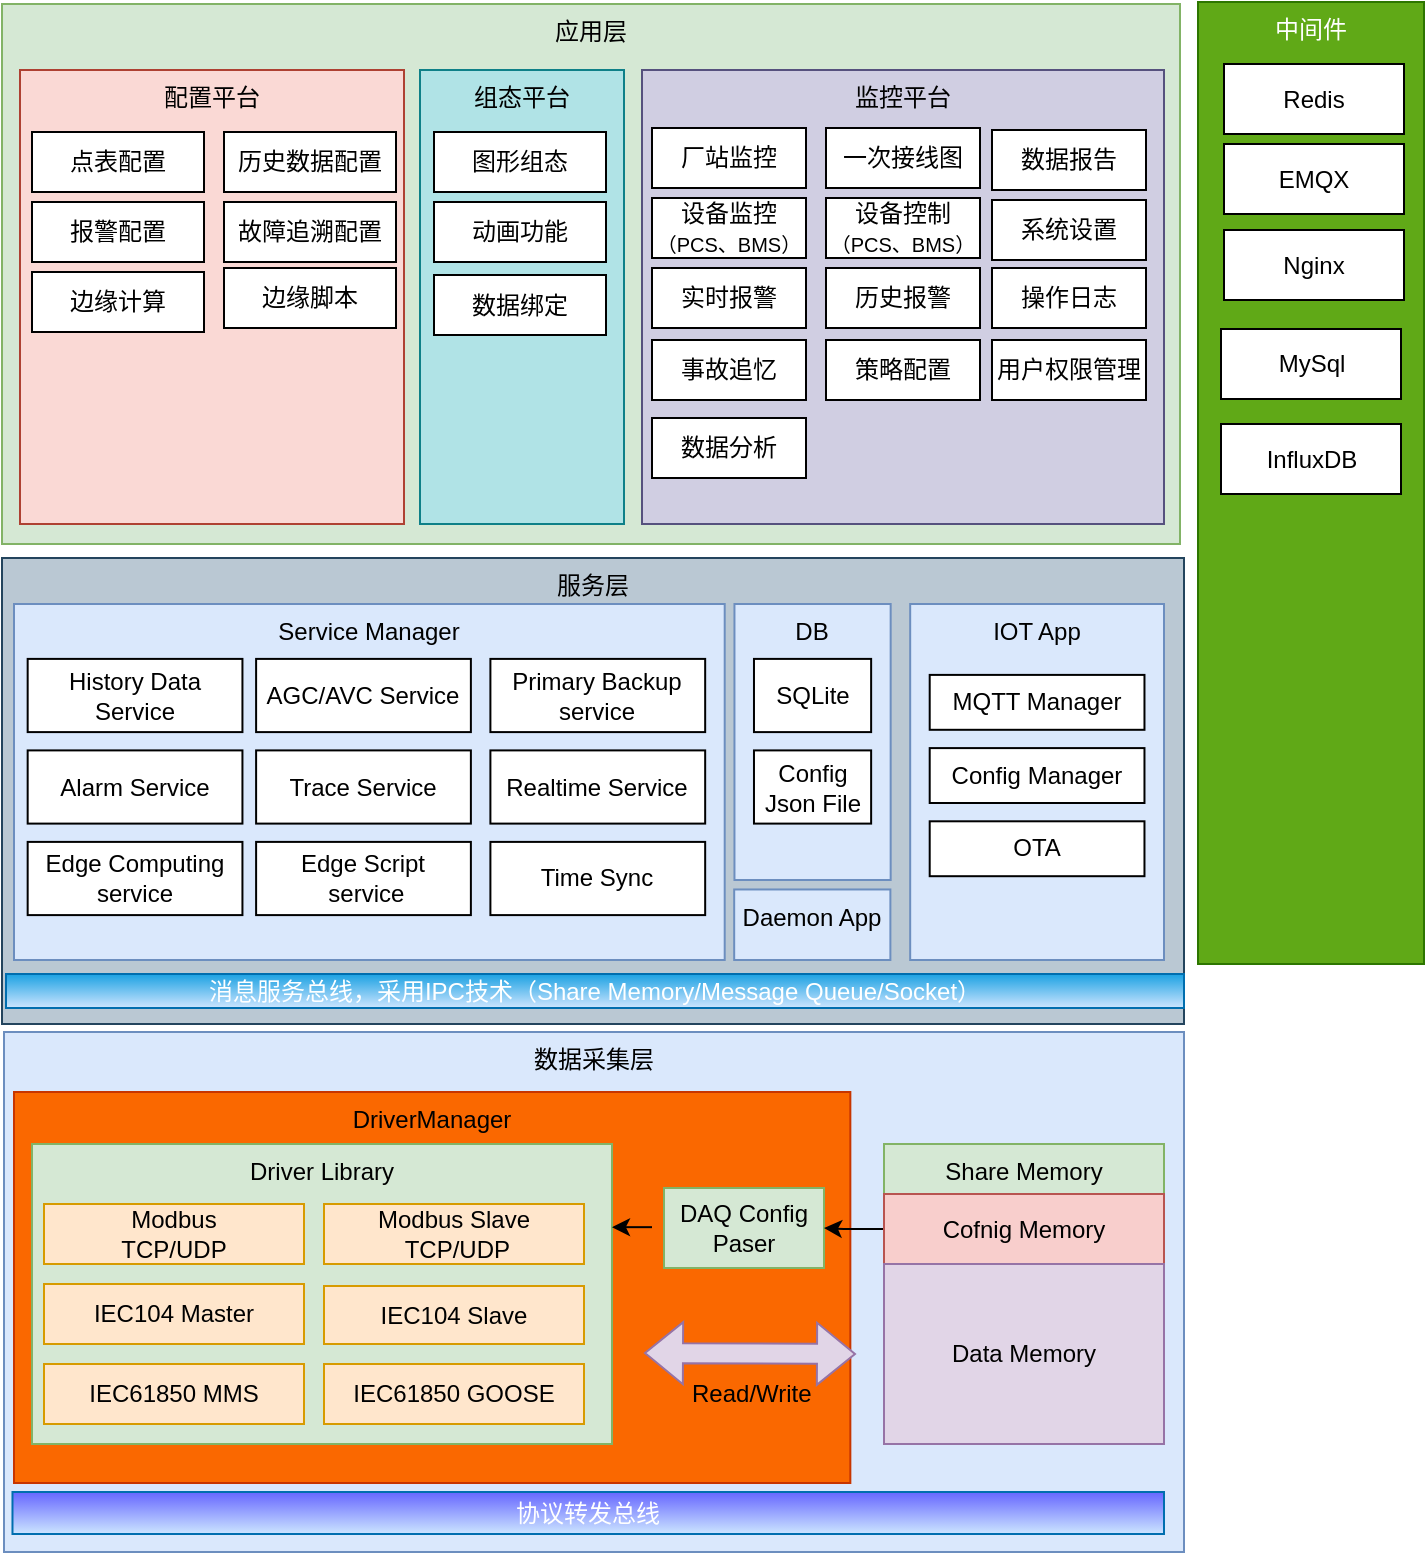
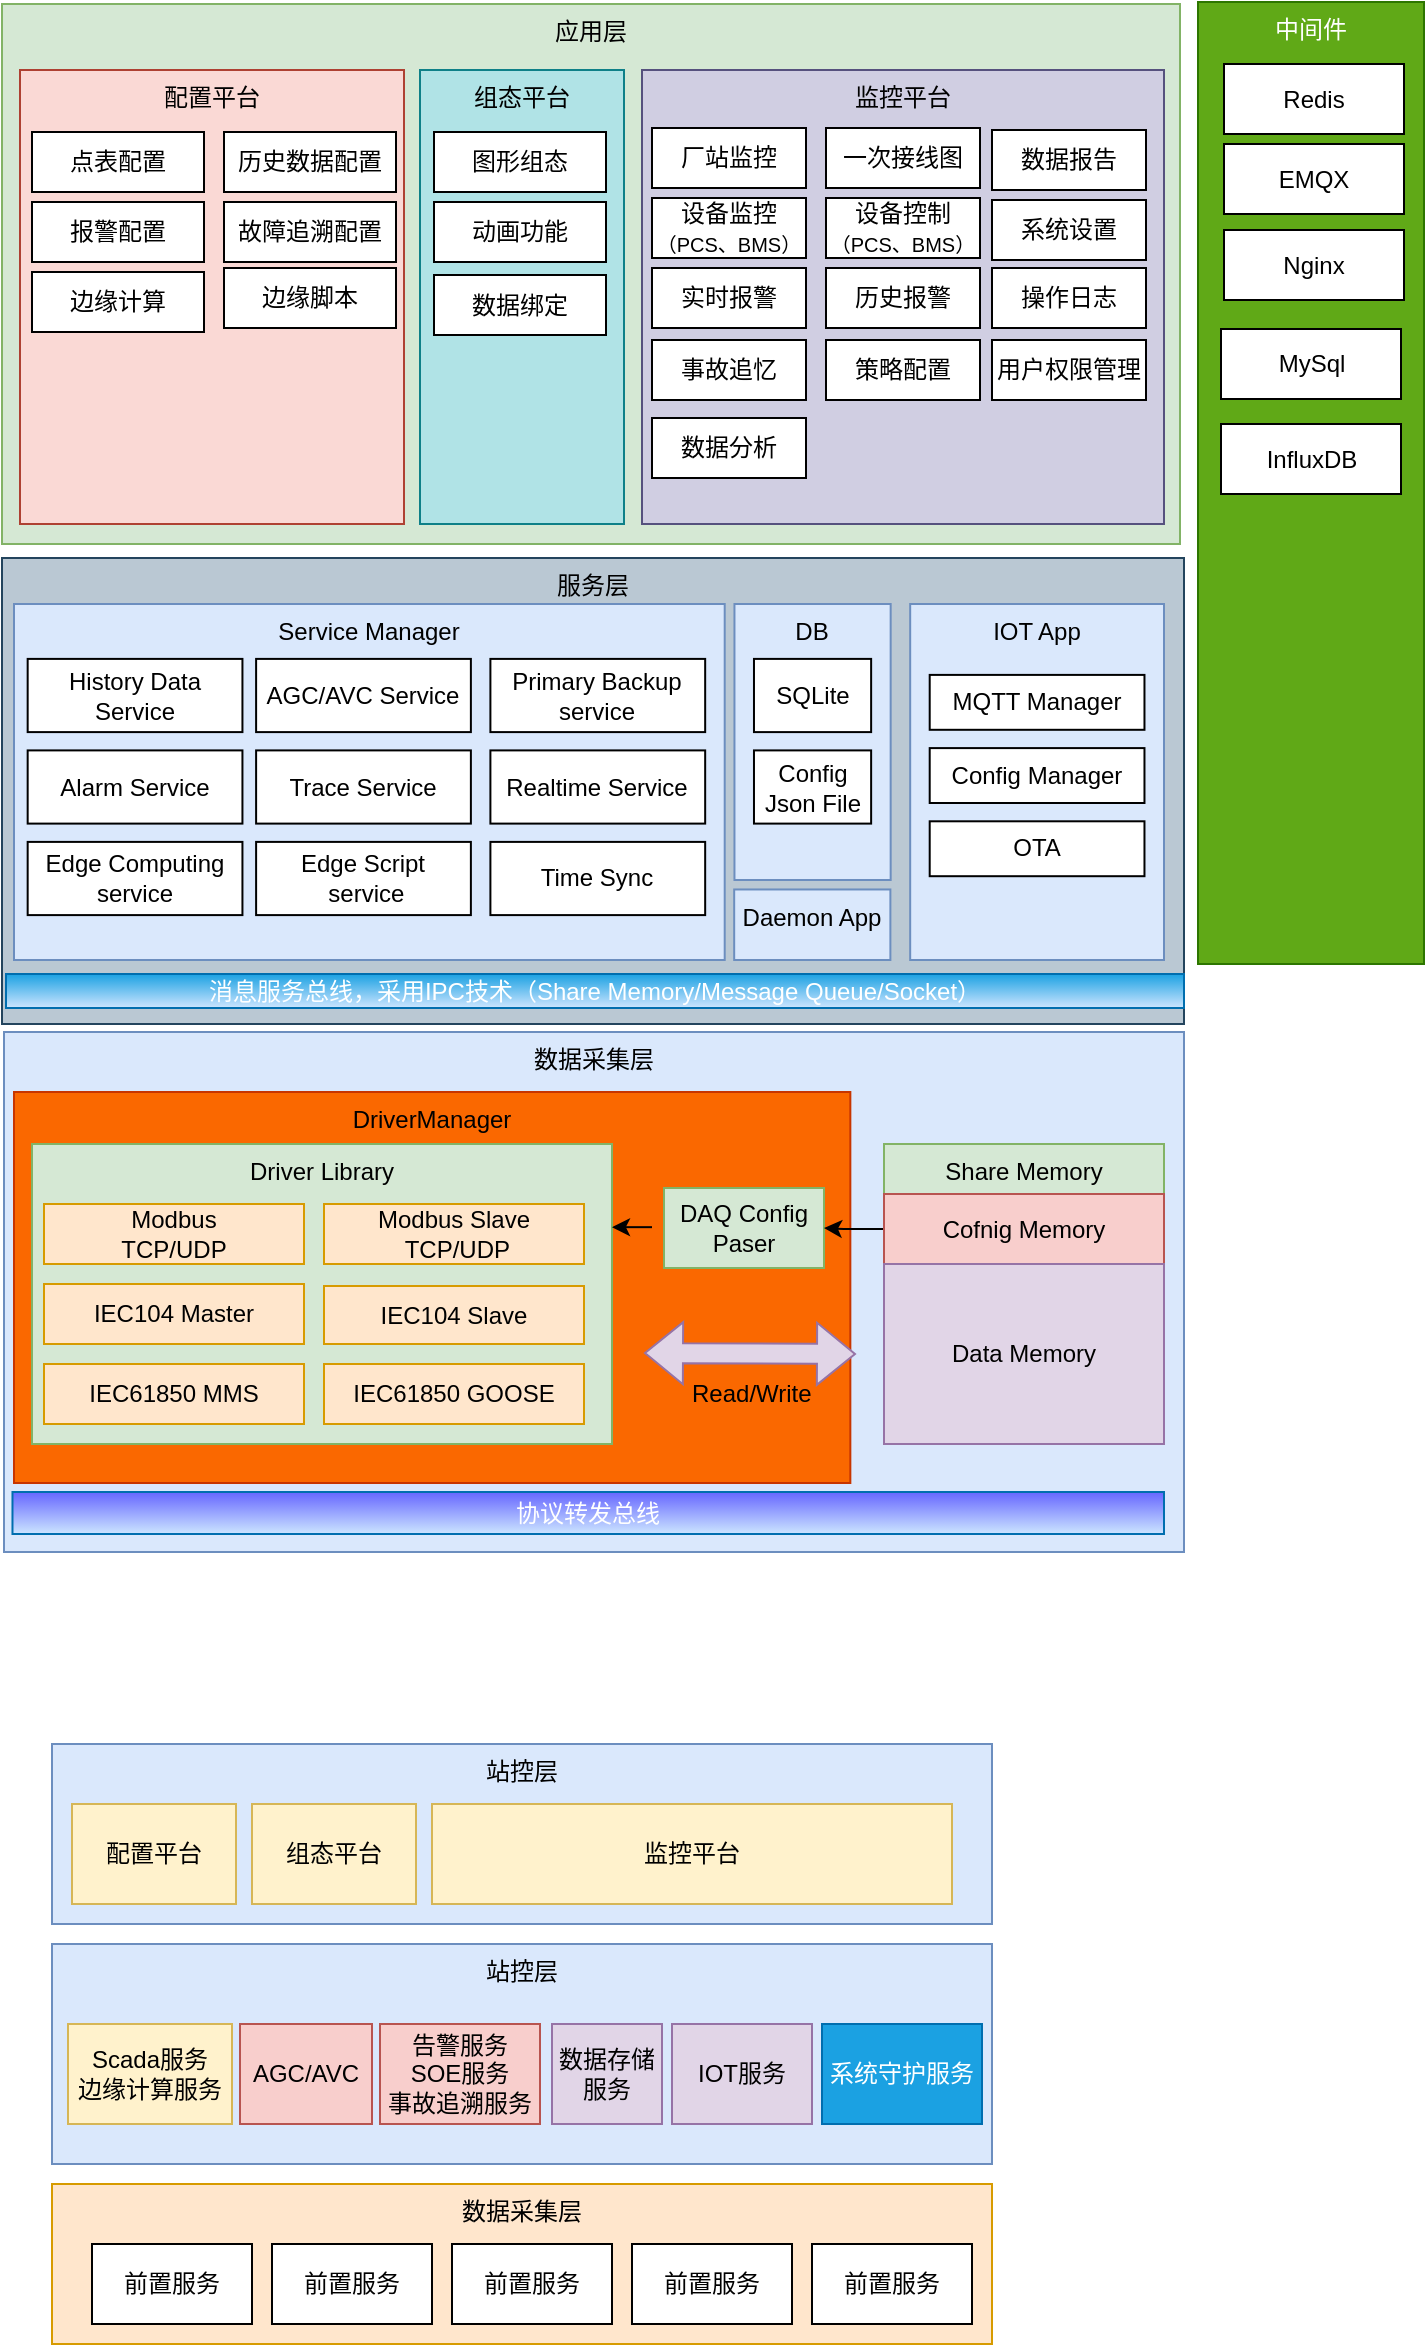
<mxfile host="app.diagrams.net">
  <diagram name="第 1 页" id="cmYdW-KwAcN8iq6mTffT">
    <mxGraphModel dx="1488" dy="1997" grid="1" gridSize="10" guides="1" tooltips="1" connect="1" arrows="1" fold="1" page="1" pageScale="1" pageWidth="827" pageHeight="1169" background="none" math="0" shadow="0">
      <root>
        <mxCell id="0" />
        <mxCell id="1" parent="0" />
        <mxCell id="tWvuuD-49sGy5XE3C95i-89" parent="1" style="rounded=0;whiteSpace=wrap;html=1;verticalAlign=top;fillColor=#bac8d3;strokeColor=#23445d;" value="服务层" vertex="1">
          <mxGeometry height="233" width="591" x="109" y="137" as="geometry" />
        </mxCell>
        <mxCell id="tWvuuD-49sGy5XE3C95i-70" parent="1" style="rounded=0;whiteSpace=wrap;html=1;fillColor=#1ba1e2;strokeColor=#006EAF;fontColor=#ffffff;fillStyle=solid;gradientColor=#CCE5FF;" value="消息服务总线，采用IPC技术（Share Memory/Message Queue/Socket）" vertex="1">
          <mxGeometry height="17" width="589" x="111" y="345" as="geometry" />
        </mxCell>
        <mxCell id="tWvuuD-49sGy5XE3C95i-1" parent="1" style="rounded=0;whiteSpace=wrap;html=1;labelPosition=center;verticalLabelPosition=middle;align=center;verticalAlign=top;fillColor=#dae8fc;strokeColor=#6c8ebf;" value="数据采集层" vertex="1">
          <mxGeometry height="260" width="590" x="110" y="374" as="geometry" />
        </mxCell>
        <mxCell id="fvacmNMgwCuQSH0wYwom-62" parent="1" style="rounded=0;whiteSpace=wrap;html=1;fillColor=#fa6800;fontColor=#000000;strokeColor=#C73500;verticalAlign=top;" value="DriverManager" vertex="1">
          <mxGeometry height="195.5" width="418.17" x="115" y="404" as="geometry" />
        </mxCell>
        <mxCell id="tWvuuD-49sGy5XE3C95i-3" parent="1" style="rounded=0;whiteSpace=wrap;html=1;verticalAlign=top;fillColor=#d5e8d4;strokeColor=#82b366;" value="Driver Library" vertex="1">
          <mxGeometry height="150" width="290" x="124" y="430" as="geometry" />
        </mxCell>
        <mxCell id="tWvuuD-49sGy5XE3C95i-4" parent="1" style="rounded=0;whiteSpace=wrap;html=1;align=center;fillColor=#ffe6cc;strokeColor=#d79b00;" value="&lt;div&gt;Modbus&lt;/div&gt;&lt;div&gt;TCP/UDP&lt;/div&gt;" vertex="1">
          <mxGeometry height="30" width="130" x="130" y="460" as="geometry" />
        </mxCell>
        <mxCell id="tWvuuD-49sGy5XE3C95i-6" parent="1" style="rounded=0;whiteSpace=wrap;html=1;fillColor=#ffe6cc;strokeColor=#d79b00;" value="IEC104 Master" vertex="1">
          <mxGeometry height="30" width="130" x="130" y="500" as="geometry" />
        </mxCell>
        <mxCell id="tWvuuD-49sGy5XE3C95i-7" parent="1" style="rounded=0;whiteSpace=wrap;html=1;fillColor=#ffe6cc;strokeColor=#d79b00;" value="IEC104 Slave" vertex="1">
          <mxGeometry height="29" width="130" x="270" y="501" as="geometry" />
        </mxCell>
        <mxCell id="tWvuuD-49sGy5XE3C95i-8" parent="1" style="rounded=0;whiteSpace=wrap;html=1;fillColor=#ffe6cc;strokeColor=#d79b00;" value="&lt;div&gt;Modbus Slave&lt;/div&gt;&lt;div&gt;&amp;nbsp;TCP/UDP&lt;/div&gt;" vertex="1">
          <mxGeometry height="30" width="130" x="270" y="460" as="geometry" />
        </mxCell>
        <mxCell id="tWvuuD-49sGy5XE3C95i-9" parent="1" style="rounded=0;whiteSpace=wrap;html=1;fillColor=#ffe6cc;strokeColor=#d79b00;" value="IEC61850 MMS" vertex="1">
          <mxGeometry height="30" width="130" x="130" y="540" as="geometry" />
        </mxCell>
        <mxCell id="tWvuuD-49sGy5XE3C95i-10" parent="1" style="rounded=0;whiteSpace=wrap;html=1;fillColor=#ffe6cc;strokeColor=#d79b00;" value="IEC61850 GOOSE" vertex="1">
          <mxGeometry height="30" width="130" x="270" y="540" as="geometry" />
        </mxCell>
        <mxCell id="tWvuuD-49sGy5XE3C95i-11" parent="1" style="rounded=0;whiteSpace=wrap;html=1;fillColor=#d5e8d4;strokeColor=#82b366;" value="DAQ Config Paser" vertex="1">
          <mxGeometry height="40" width="80" x="440" y="452" as="geometry" />
        </mxCell>
        <mxCell id="tWvuuD-49sGy5XE3C95i-12" parent="1" style="rounded=0;whiteSpace=wrap;html=1;fillColor=#d5e8d4;strokeColor=#82b366;verticalAlign=top;" value="Share Memory" vertex="1">
          <mxGeometry height="150" width="140" x="550" y="430" as="geometry" />
        </mxCell>
        <mxCell id="tWvuuD-49sGy5XE3C95i-20" edge="1" parent="1" source="tWvuuD-49sGy5XE3C95i-13" style="edgeStyle=orthogonalEdgeStyle;rounded=0;orthogonalLoop=1;jettySize=auto;html=1;" target="tWvuuD-49sGy5XE3C95i-11" value="">
          <mxGeometry relative="1" as="geometry" />
        </mxCell>
        <mxCell id="tWvuuD-49sGy5XE3C95i-13" parent="1" style="rounded=0;whiteSpace=wrap;html=1;fillColor=#f8cecc;strokeColor=#b85450;" value="Cofnig Memory" vertex="1">
          <mxGeometry height="35" width="140" x="550" y="455" as="geometry" />
        </mxCell>
        <mxCell id="tWvuuD-49sGy5XE3C95i-14" parent="1" style="rounded=0;whiteSpace=wrap;html=1;fillColor=#e1d5e7;strokeColor=#9673a6;" value="Data Memory" vertex="1">
          <mxGeometry height="90" width="140" x="550" y="490" as="geometry" />
        </mxCell>
        <mxCell id="tWvuuD-49sGy5XE3C95i-22" edge="1" parent="1" style="shape=flexArrow;endArrow=classic;startArrow=classic;html=1;rounded=0;fillColor=#e1d5e7;strokeColor=#9673a6;" value="">
          <mxGeometry height="100" relative="1" width="100" as="geometry">
            <mxPoint x="430" y="534.5" as="sourcePoint" />
            <mxPoint x="536" y="535" as="targetPoint" />
          </mxGeometry>
        </mxCell>
        <mxCell id="tWvuuD-49sGy5XE3C95i-30" edge="1" parent="1" style="endArrow=classic;html=1;rounded=0;" value="">
          <mxGeometry height="50" relative="1" width="50" as="geometry">
            <mxPoint x="434" y="471.58000000000004" as="sourcePoint" />
            <mxPoint x="414" y="471.58000000000004" as="targetPoint" />
          </mxGeometry>
        </mxCell>
        <mxCell id="tWvuuD-49sGy5XE3C95i-31" parent="1" style="text;strokeColor=none;fillColor=none;align=left;verticalAlign=middle;spacingLeft=4;spacingRight=4;overflow=hidden;points=[[0,0.5],[1,0.5]];portConstraint=eastwest;rotatable=0;whiteSpace=wrap;html=1;" value="Read/Write" vertex="1">
          <mxGeometry height="30" width="70" x="448" y="540" as="geometry" />
        </mxCell>
        <mxCell id="tWvuuD-49sGy5XE3C95i-47" parent="1" style="rounded=0;whiteSpace=wrap;html=1;verticalAlign=top;fillColor=#d5e8d4;strokeColor=#82b366;" value="应用层" vertex="1">
          <mxGeometry height="270" width="589" x="109" y="-140" as="geometry" />
        </mxCell>
        <mxCell id="tWvuuD-49sGy5XE3C95i-48" parent="1" style="rounded=0;whiteSpace=wrap;html=1;verticalAlign=top;fillColor=#fad9d5;strokeColor=#ae4132;" value="配置平台" vertex="1">
          <mxGeometry height="227" width="192" x="118" y="-107" as="geometry" />
        </mxCell>
        <mxCell id="tWvuuD-49sGy5XE3C95i-49" parent="1" style="rounded=0;whiteSpace=wrap;html=1;verticalAlign=top;fillColor=#b0e3e6;strokeColor=#0e8088;" value="组态平台" vertex="1">
          <mxGeometry height="227" width="102" x="318" y="-107" as="geometry" />
        </mxCell>
        <mxCell id="tWvuuD-49sGy5XE3C95i-50" parent="1" style="rounded=0;whiteSpace=wrap;html=1;verticalAlign=top;fillColor=#d0cee2;strokeColor=#56517e;" value="监控平台" vertex="1">
          <mxGeometry height="227" width="261" x="429" y="-107" as="geometry" />
        </mxCell>
        <mxCell id="tWvuuD-49sGy5XE3C95i-51" parent="1" style="rounded=0;whiteSpace=wrap;html=1;" value="点表配置" vertex="1">
          <mxGeometry height="30" width="86" x="124" y="-76" as="geometry" />
        </mxCell>
        <mxCell id="tWvuuD-49sGy5XE3C95i-52" parent="1" style="rounded=0;whiteSpace=wrap;html=1;" value="历史数据配置" vertex="1">
          <mxGeometry height="30" width="86" x="220" y="-76" as="geometry" />
        </mxCell>
        <mxCell id="tWvuuD-49sGy5XE3C95i-53" parent="1" style="rounded=0;whiteSpace=wrap;html=1;" value="报警配置" vertex="1">
          <mxGeometry height="30" width="86" x="124" y="-41" as="geometry" />
        </mxCell>
        <mxCell id="tWvuuD-49sGy5XE3C95i-54" parent="1" style="rounded=0;whiteSpace=wrap;html=1;" value="故障追溯配置" vertex="1">
          <mxGeometry height="30" width="86" x="220" y="-41" as="geometry" />
        </mxCell>
        <mxCell id="tWvuuD-49sGy5XE3C95i-55" parent="1" style="rounded=0;whiteSpace=wrap;html=1;" value="边缘计算" vertex="1">
          <mxGeometry height="30" width="86" x="124" y="-6" as="geometry" />
        </mxCell>
        <mxCell id="tWvuuD-49sGy5XE3C95i-56" parent="1" style="rounded=0;whiteSpace=wrap;html=1;" value="边缘脚本" vertex="1">
          <mxGeometry height="30" width="86" x="220" y="-8" as="geometry" />
        </mxCell>
        <mxCell id="tWvuuD-49sGy5XE3C95i-57" parent="1" style="rounded=0;whiteSpace=wrap;html=1;" value="图形组态" vertex="1">
          <mxGeometry height="30" width="86" x="325" y="-76" as="geometry" />
        </mxCell>
        <mxCell id="tWvuuD-49sGy5XE3C95i-58" parent="1" style="rounded=0;whiteSpace=wrap;html=1;" value="数据绑定" vertex="1">
          <mxGeometry height="30" width="86" x="325" y="-4.5" as="geometry" />
        </mxCell>
        <mxCell id="tWvuuD-49sGy5XE3C95i-59" parent="1" style="rounded=0;whiteSpace=wrap;html=1;" value="动画功能" vertex="1">
          <mxGeometry height="30" width="86" x="325" y="-41" as="geometry" />
        </mxCell>
        <mxCell id="tWvuuD-49sGy5XE3C95i-61" parent="1" style="rounded=0;whiteSpace=wrap;html=1;" value="厂站监控" vertex="1">
          <mxGeometry height="30" width="77" x="434" y="-78" as="geometry" />
        </mxCell>
        <mxCell id="tWvuuD-49sGy5XE3C95i-63" parent="1" style="rounded=0;whiteSpace=wrap;html=1;" value="一次接线图" vertex="1">
          <mxGeometry height="30" width="77" x="521" y="-78" as="geometry" />
        </mxCell>
        <mxCell id="tWvuuD-49sGy5XE3C95i-64" parent="1" style="rounded=0;whiteSpace=wrap;html=1;" value="&lt;div&gt;设备监控&lt;/div&gt;&lt;div&gt;&lt;font style=&quot;font-size: 10px;&quot;&gt;（PCS、BMS）&lt;/font&gt;&lt;/div&gt;" vertex="1">
          <mxGeometry height="30" width="77" x="434" y="-43" as="geometry" />
        </mxCell>
        <mxCell id="tWvuuD-49sGy5XE3C95i-65" parent="1" style="rounded=0;whiteSpace=wrap;html=1;" value="&lt;div&gt;设备控制&lt;/div&gt;&lt;div&gt;&lt;font style=&quot;font-size: 10px;&quot;&gt;（PCS、BMS）&lt;/font&gt;&lt;/div&gt;" vertex="1">
          <mxGeometry height="30" width="77" x="521" y="-43" as="geometry" />
        </mxCell>
        <mxCell id="tWvuuD-49sGy5XE3C95i-66" parent="1" style="rounded=0;whiteSpace=wrap;html=1;" value="&lt;div&gt;实时报警&lt;/div&gt;" vertex="1">
          <mxGeometry height="30" width="77" x="434" y="-8" as="geometry" />
        </mxCell>
        <mxCell id="tWvuuD-49sGy5XE3C95i-67" parent="1" style="rounded=0;whiteSpace=wrap;html=1;" value="&lt;div&gt;历史报警&lt;/div&gt;" vertex="1">
          <mxGeometry height="30" width="77" x="521" y="-8" as="geometry" />
        </mxCell>
        <mxCell id="tWvuuD-49sGy5XE3C95i-68" parent="1" style="rounded=0;whiteSpace=wrap;html=1;" value="事故追忆" vertex="1">
          <mxGeometry height="30" width="77" x="434" y="28" as="geometry" />
        </mxCell>
        <mxCell id="tWvuuD-49sGy5XE3C95i-69" parent="1" style="rounded=0;whiteSpace=wrap;html=1;" value="策略配置" vertex="1">
          <mxGeometry height="30" width="77" x="521" y="28" as="geometry" />
        </mxCell>
        <mxCell id="tWvuuD-49sGy5XE3C95i-73" parent="1" style="rounded=0;whiteSpace=wrap;html=1;verticalAlign=top;fillColor=#60a917;fontColor=#ffffff;strokeColor=#2D7600;" value="中间件" vertex="1">
          <mxGeometry height="481" width="113" x="707" y="-141" as="geometry" />
        </mxCell>
        <mxCell id="tWvuuD-49sGy5XE3C95i-74" parent="1" style="rounded=0;whiteSpace=wrap;html=1;" value="Redis" vertex="1">
          <mxGeometry height="35" width="90" x="720" y="-110" as="geometry" />
        </mxCell>
        <mxCell id="tWvuuD-49sGy5XE3C95i-75" parent="1" style="rounded=0;whiteSpace=wrap;html=1;" value="EMQX" vertex="1">
          <mxGeometry height="35" width="90" x="720" y="-70" as="geometry" />
        </mxCell>
        <mxCell id="tWvuuD-49sGy5XE3C95i-76" parent="1" style="rounded=0;whiteSpace=wrap;html=1;" value="Nginx" vertex="1">
          <mxGeometry height="35" width="90" x="720" y="-27" as="geometry" />
        </mxCell>
        <mxCell id="tWvuuD-49sGy5XE3C95i-77" parent="1" style="rounded=0;whiteSpace=wrap;html=1;" value="MySql" vertex="1">
          <mxGeometry height="35" width="90" x="718.5" y="22.5" as="geometry" />
        </mxCell>
        <mxCell id="tWvuuD-49sGy5XE3C95i-78" parent="1" style="rounded=0;whiteSpace=wrap;html=1;" value="InfluxDB" vertex="1">
          <mxGeometry height="35" width="90" x="718.5" y="70" as="geometry" />
        </mxCell>
        <mxCell id="tWvuuD-49sGy5XE3C95i-83" parent="1" style="rounded=0;whiteSpace=wrap;html=1;" value="操作日志" vertex="1">
          <mxGeometry height="30" width="77" x="604" y="-8" as="geometry" />
        </mxCell>
        <mxCell id="tWvuuD-49sGy5XE3C95i-84" parent="1" style="rounded=0;whiteSpace=wrap;html=1;" value="用户权限管理" vertex="1">
          <mxGeometry height="30" width="77" x="604" y="28" as="geometry" />
        </mxCell>
        <mxCell id="tWvuuD-49sGy5XE3C95i-85" parent="1" style="rounded=0;whiteSpace=wrap;html=1;" value="数据报告" vertex="1">
          <mxGeometry height="30" width="77" x="604" y="-77" as="geometry" />
        </mxCell>
        <mxCell id="tWvuuD-49sGy5XE3C95i-86" parent="1" style="rounded=0;whiteSpace=wrap;html=1;" value="系统设置" vertex="1">
          <mxGeometry height="30" width="77" x="604" y="-42" as="geometry" />
        </mxCell>
        <mxCell id="tWvuuD-49sGy5XE3C95i-88" parent="1" style="rounded=0;whiteSpace=wrap;html=1;" value="数据分析" vertex="1">
          <mxGeometry height="30" width="77" x="434" y="67" as="geometry" />
        </mxCell>
        <mxCell id="tWvuuD-49sGy5XE3C95i-32" parent="1" style="rounded=0;whiteSpace=wrap;html=1;labelPosition=center;verticalLabelPosition=middle;align=center;verticalAlign=top;fillColor=#dae8fc;strokeColor=#6c8ebf;" value="Service Manager" vertex="1">
          <mxGeometry height="178" width="355.35" x="115" y="160" as="geometry" />
        </mxCell>
        <mxCell id="tWvuuD-49sGy5XE3C95i-33" parent="1" style="rounded=0;whiteSpace=wrap;html=1;" value="History Data Service" vertex="1">
          <mxGeometry height="36.6" width="107.38539898132426" x="121.83361629881155" y="187.45" as="geometry" />
        </mxCell>
        <mxCell id="tWvuuD-49sGy5XE3C95i-34" parent="1" style="rounded=0;whiteSpace=wrap;html=1;" value="Alarm Service" vertex="1">
          <mxGeometry height="36.6" width="107.38539898132426" x="121.83361629881155" y="233.2" as="geometry" />
        </mxCell>
        <mxCell id="tWvuuD-49sGy5XE3C95i-35" parent="1" style="rounded=0;whiteSpace=wrap;html=1;" value="Edge Computing service" vertex="1">
          <mxGeometry height="36.6" width="107.38539898132426" x="121.83361629881155" y="278.95" as="geometry" />
        </mxCell>
        <mxCell id="tWvuuD-49sGy5XE3C95i-36" parent="1" style="rounded=0;whiteSpace=wrap;html=1;" value="AGC/AVC Service" vertex="1">
          <mxGeometry height="36.6" width="107.38539898132426" x="236.05263157894734" y="187.45" as="geometry" />
        </mxCell>
        <mxCell id="tWvuuD-49sGy5XE3C95i-37" parent="1" style="rounded=0;whiteSpace=wrap;html=1;" value="Trace Service" vertex="1">
          <mxGeometry height="36.6" width="107.38539898132426" x="236.05263157894734" y="233.2" as="geometry" />
        </mxCell>
        <mxCell id="tWvuuD-49sGy5XE3C95i-38" parent="1" style="rounded=0;whiteSpace=wrap;html=1;" value="&lt;div&gt;Edge Script&lt;/div&gt;&lt;div&gt;&amp;nbsp;service&lt;/div&gt;" vertex="1">
          <mxGeometry height="36.6" width="107.38539898132426" x="236.05263157894734" y="278.95" as="geometry" />
        </mxCell>
        <mxCell id="tWvuuD-49sGy5XE3C95i-39" parent="1" style="rounded=0;whiteSpace=wrap;html=1;" value="Primary Backup service" vertex="1">
          <mxGeometry height="36.6" width="107.38539898132426" x="353.2003395585738" y="187.45" as="geometry" />
        </mxCell>
        <mxCell id="tWvuuD-49sGy5XE3C95i-40" parent="1" style="rounded=0;whiteSpace=wrap;html=1;labelPosition=center;verticalLabelPosition=middle;align=center;verticalAlign=top;fillColor=#dae8fc;strokeColor=#6c8ebf;" value="IOT App" vertex="1">
          <mxGeometry height="178" width="126.91" x="563.09" y="160" as="geometry" />
        </mxCell>
        <mxCell id="tWvuuD-49sGy5XE3C95i-41" parent="1" style="rounded=0;whiteSpace=wrap;html=1;" value="MQTT Manager" vertex="1">
          <mxGeometry height="27.45" width="107.38539898132426" x="572.8522920203734" y="195.45" as="geometry" />
        </mxCell>
        <mxCell id="tWvuuD-49sGy5XE3C95i-42" parent="1" style="rounded=0;whiteSpace=wrap;html=1;" value="Config Manager" vertex="1">
          <mxGeometry height="27.45" width="107.38539898132426" x="572.8522920203734" y="232.05" as="geometry" />
        </mxCell>
        <mxCell id="tWvuuD-49sGy5XE3C95i-43" parent="1" style="rounded=0;whiteSpace=wrap;html=1;" value="Realtime Service" vertex="1">
          <mxGeometry height="36.6" width="107.38539898132426" x="353.2003395585738" y="233.2" as="geometry" />
        </mxCell>
        <mxCell id="tWvuuD-49sGy5XE3C95i-44" parent="1" style="rounded=0;whiteSpace=wrap;html=1;labelPosition=center;verticalLabelPosition=middle;align=center;verticalAlign=top;fillColor=#dae8fc;strokeColor=#6c8ebf;" value="DB" vertex="1">
          <mxGeometry height="138" width="78.1" x="475.23" y="160" as="geometry" />
        </mxCell>
        <mxCell id="tWvuuD-49sGy5XE3C95i-45" parent="1" style="rounded=0;whiteSpace=wrap;html=1;" value="SQLite" vertex="1">
          <mxGeometry height="36.6" width="58.57385398981324" x="484.9915110356536" y="187.45" as="geometry" />
        </mxCell>
        <mxCell id="tWvuuD-49sGy5XE3C95i-46" parent="1" style="rounded=0;whiteSpace=wrap;html=1;" value="&lt;div&gt;Config&lt;/div&gt;&lt;div&gt;Json File&lt;/div&gt;" vertex="1">
          <mxGeometry height="36.6" width="58.57385398981324" x="484.9915110356536" y="233.2" as="geometry" />
        </mxCell>
        <mxCell id="tWvuuD-49sGy5XE3C95i-79" parent="1" style="rounded=0;whiteSpace=wrap;html=1;" value="OTA" vertex="1">
          <mxGeometry height="27.45" width="107.38539898132426" x="572.8522920203734" y="268.65" as="geometry" />
        </mxCell>
        <mxCell id="tWvuuD-49sGy5XE3C95i-80" parent="1" style="rounded=0;whiteSpace=wrap;html=1;labelPosition=center;verticalLabelPosition=middle;align=center;verticalAlign=top;fillColor=#dae8fc;strokeColor=#6c8ebf;" value="Daemon App" vertex="1">
          <mxGeometry height="35.26" width="78.1" x="475.09" y="302.74" as="geometry" />
        </mxCell>
        <mxCell id="tWvuuD-49sGy5XE3C95i-81" parent="1" style="rounded=0;whiteSpace=wrap;html=1;" value="Time Sync" vertex="1">
          <mxGeometry height="36.6" width="107.38539898132426" x="353.2003395585738" y="278.95" as="geometry" />
        </mxCell>
        <mxCell id="aoO8w_xtNYREDllr1Nt--1" parent="1" style="rounded=0;whiteSpace=wrap;html=1;fillColor=#6666FF;strokeColor=#006EAF;fontColor=#ffffff;fillStyle=solid;gradientColor=#CCE5FF;" value="协议转发总线" vertex="1">
          <mxGeometry height="21" width="575.76" x="114.24" y="604" as="geometry" />
        </mxCell>
+         <mxCell id="v0J59R1EMO4tD5IYC0D5-1" parent="1" style="rounded=0;whiteSpace=wrap;html=1;verticalAlign=top;fillColor=#ffe6cc;strokeColor=#d79b00;" value="数据采集层" vertex="1">
+           <mxGeometry height="80" width="470" x="134" y="950" as="geometry" />
+         </mxCell>
+         <mxCell id="v0J59R1EMO4tD5IYC0D5-2" parent="1" style="rounded=0;whiteSpace=wrap;html=1;" value="前置服务" vertex="1">
+           <mxGeometry height="40" width="80" x="154" y="980" as="geometry" />
+         </mxCell>
+         <mxCell id="v0J59R1EMO4tD5IYC0D5-3" parent="1" style="rounded=0;whiteSpace=wrap;html=1;" value="前置服务" vertex="1">
+           <mxGeometry height="40" width="80" x="244" y="980" as="geometry" />
+         </mxCell>
+         <mxCell id="v0J59R1EMO4tD5IYC0D5-4" parent="1" style="rounded=0;whiteSpace=wrap;html=1;" value="前置服务" vertex="1">
+           <mxGeometry height="40" width="80" x="334" y="980" as="geometry" />
+         </mxCell>
+         <mxCell id="v0J59R1EMO4tD5IYC0D5-5" parent="1" style="rounded=0;whiteSpace=wrap;html=1;" value="前置服务" vertex="1">
+           <mxGeometry height="40" width="80" x="424" y="980" as="geometry" />
+         </mxCell>
+         <mxCell id="v0J59R1EMO4tD5IYC0D5-6" parent="1" style="rounded=0;whiteSpace=wrap;html=1;" value="前置服务" vertex="1">
+           <mxGeometry height="40" width="80" x="514" y="980" as="geometry" />
+         </mxCell>
+         <mxCell id="v0J59R1EMO4tD5IYC0D5-7" parent="1" style="rounded=0;whiteSpace=wrap;html=1;verticalAlign=top;fillColor=#dae8fc;strokeColor=#6c8ebf;" value="站控层" vertex="1">
+           <mxGeometry height="110" width="470" x="134" y="830" as="geometry" />
+         </mxCell>
+         <mxCell id="v0J59R1EMO4tD5IYC0D5-8" parent="1" style="rounded=0;whiteSpace=wrap;html=1;fillColor=#fff2cc;strokeColor=#d6b656;" value="&lt;div&gt;Scada服务&lt;/div&gt;&lt;div&gt;边缘计算服务&lt;/div&gt;" vertex="1">
+           <mxGeometry height="50" width="82" x="142" y="870" as="geometry" />
+         </mxCell>
+         <mxCell id="v0J59R1EMO4tD5IYC0D5-9" parent="1" style="rounded=0;whiteSpace=wrap;html=1;fillColor=#f8cecc;strokeColor=#b85450;" value="AGC/AVC" vertex="1">
+           <mxGeometry height="50" width="66" x="228" y="870" as="geometry" />
+         </mxCell>
+         <mxCell id="v0J59R1EMO4tD5IYC0D5-10" parent="1" style="rounded=0;whiteSpace=wrap;html=1;fillColor=#f8cecc;strokeColor=#b85450;" value="&lt;div&gt;告警服务&lt;/div&gt;&lt;div&gt;SOE服务&lt;/div&gt;&lt;div&gt;事故追溯服务&lt;/div&gt;" vertex="1">
+           <mxGeometry height="50" width="80" x="298" y="870" as="geometry" />
+         </mxCell>
+         <mxCell id="v0J59R1EMO4tD5IYC0D5-11" parent="1" style="rounded=0;whiteSpace=wrap;html=1;fillColor=#e1d5e7;strokeColor=#9673a6;" value="数据存储服务" vertex="1">
+           <mxGeometry height="50" width="55" x="384" y="870" as="geometry" />
+         </mxCell>
+         <mxCell id="v0J59R1EMO4tD5IYC0D5-12" parent="1" style="rounded=0;whiteSpace=wrap;html=1;fillColor=#1ba1e2;fontColor=#ffffff;strokeColor=#006EAF;" value="系统守护服务" vertex="1">
+           <mxGeometry height="50" width="80" x="519" y="870" as="geometry" />
+         </mxCell>
+         <mxCell id="v0J59R1EMO4tD5IYC0D5-13" parent="1" style="rounded=0;whiteSpace=wrap;html=1;fillColor=#e1d5e7;strokeColor=#9673a6;" value="IOT服务" vertex="1">
+           <mxGeometry height="50" width="70" x="444" y="870" as="geometry" />
+         </mxCell>
+         <mxCell id="v0J59R1EMO4tD5IYC0D5-14" parent="1" style="rounded=0;whiteSpace=wrap;html=1;verticalAlign=top;fillColor=#dae8fc;strokeColor=#6c8ebf;" value="站控层" vertex="1">
+           <mxGeometry height="90" width="470" x="134" y="730" as="geometry" />
+         </mxCell>
+         <mxCell id="v0J59R1EMO4tD5IYC0D5-15" parent="1" style="rounded=0;whiteSpace=wrap;html=1;fillColor=#fff2cc;strokeColor=#d6b656;" value="配置平台" vertex="1">
+           <mxGeometry height="50" width="82" x="144" y="760" as="geometry" />
+         </mxCell>
+         <mxCell id="v0J59R1EMO4tD5IYC0D5-16" parent="1" style="rounded=0;whiteSpace=wrap;html=1;fillColor=#fff2cc;strokeColor=#d6b656;" value="组态平台" vertex="1">
+           <mxGeometry height="50" width="82" x="234" y="760" as="geometry" />
+         </mxCell>
+         <mxCell id="v0J59R1EMO4tD5IYC0D5-17" parent="1" style="rounded=0;whiteSpace=wrap;html=1;fillColor=#fff2cc;strokeColor=#d6b656;" value="监控平台" vertex="1">
+           <mxGeometry height="50" width="260" x="324" y="760" as="geometry" />
+         </mxCell>
      </root>
    </mxGraphModel>
  </diagram>
</mxfile>
